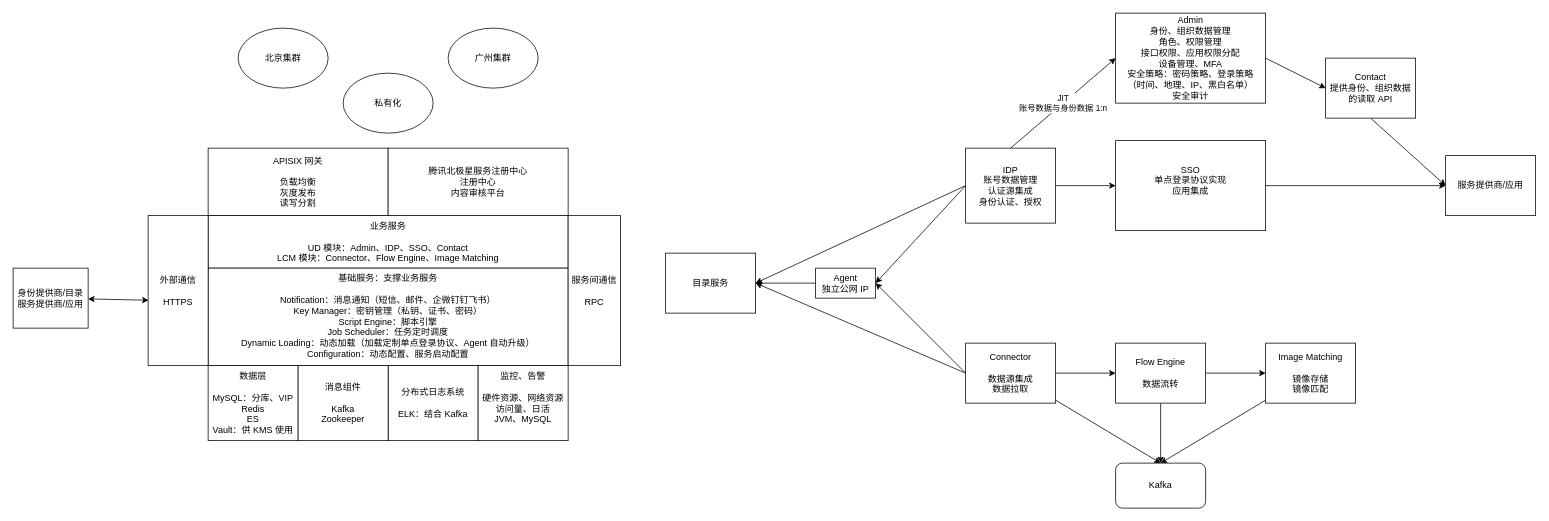
Before: homework/src/main/resources/IDaaS 业务架构.drawio in YufuMxl/geek_java_practise, a draw.io diagram. Source tidied: cells renumbered, new cells numbered last; positions are measured from the earlier drawing's top-left corner, leaving out a move shared by most shapes. Both pictures are drawn from the tidied source at 75%, with x=0, y=0 at pixel (13, 13).
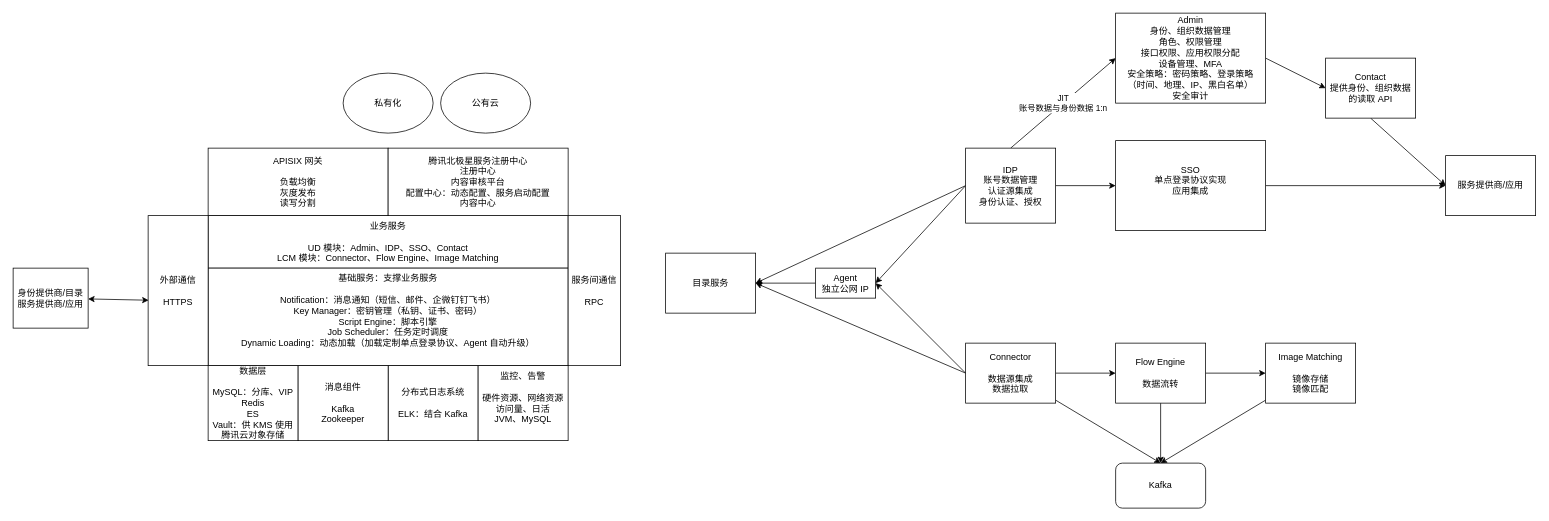
The same page after the edit.

Commit message (it also covers changes not shown here):
更新IDaaS 业务架构.drawio

The edit, as a diff of the source:
```diff
@@
-    <mxCell id="30" value="&lt;div&gt;基础服务：支撑业务服务&lt;/div&gt;&lt;div&gt;&lt;br&gt;&lt;/div&gt;&lt;div&gt;Notification：消息通知（短信、邮件、企微钉钉飞书）&lt;/div&gt;&lt;div&gt;Key Manager：密钥管理（私钥、证书、密码）&lt;br&gt;&lt;/div&gt;&lt;div&gt;Script Engine：脚本引擎&lt;/div&gt;&lt;div&gt;Job Scheduler：任务定时调度&lt;br&gt;&lt;/div&gt;&lt;div&gt;Dynamic Loading：动态加载（加载定制单点登录协议、Agent 自动升级）&lt;/div&gt;&lt;div&gt;Configuration：动态配置、服务启动配置&lt;br&gt;&lt;/div&gt;" style="rounded=0;whiteSpace=wrap;html=1;verticalAlign=top;" parent="1" vertex="1">
+    <mxCell id="30" value="&lt;div&gt;基础服务：支撑业务服务&lt;/div&gt;&lt;div&gt;&lt;br&gt;&lt;/div&gt;&lt;div&gt;Notification：消息通知（短信、邮件、企微钉钉飞书）&lt;/div&gt;&lt;div&gt;Key Manager：密钥管理（私钥、证书、密码）&lt;br&gt;&lt;/div&gt;&lt;div&gt;Script Engine：脚本引擎&lt;/div&gt;&lt;div&gt;Job Scheduler：任务定时调度&lt;br&gt;&lt;/div&gt;&lt;div&gt;Dynamic Loading：动态加载（加载定制单点登录协议、Agent 自动升级）&lt;/div&gt;&lt;div&gt;&lt;br&gt;&lt;/div&gt;" style="rounded=0;whiteSpace=wrap;html=1;verticalAlign=top;" parent="1" vertex="1">
       <mxGeometry x="260" y="340" width="480" height="130" as="geometry" />
     </mxCell>
-    <mxCell id="31" value="&lt;div&gt;数据层&lt;/div&gt;&lt;div&gt;&lt;br&gt;&lt;/div&gt;&lt;div&gt;MySQL：分库、VIP&lt;/div&gt;&lt;div&gt;Redis&lt;/div&gt;&lt;div&gt;ES&lt;/div&gt;&lt;div&gt;Vault：供 KMS 使用&lt;br&gt;&lt;/div&gt;" style="rounded=0;whiteSpace=wrap;html=1;" parent="1" vertex="1">
+    <mxCell id="31" value="&lt;div&gt;数据层&lt;/div&gt;&lt;div&gt;&lt;br&gt;&lt;/div&gt;&lt;div&gt;MySQL：分库、VIP&lt;/div&gt;&lt;div&gt;Redis&lt;/div&gt;&lt;div&gt;ES&lt;/div&gt;&lt;div&gt;Vault：供 KMS 使用&lt;/div&gt;&lt;div&gt;腾讯云对象存储&lt;br&gt;&lt;/div&gt;" style="rounded=0;whiteSpace=wrap;html=1;" parent="1" vertex="1">
       <mxGeometry x="260" y="470" width="120" height="100" as="geometry" />
     </mxCell>
@@
-    <mxCell id="39" value="&lt;div&gt;腾讯北极星服务注册中心&lt;/div&gt;&lt;div&gt;注册中心&lt;/div&gt;&lt;div&gt;内容审核平台&lt;/div&gt;" style="rounded=0;whiteSpace=wrap;html=1;" parent="1" vertex="1">
+    <mxCell id="39" value="&lt;div&gt;腾讯北极星服务注册中心&lt;/div&gt;&lt;div&gt;注册中心&lt;/div&gt;&lt;div&gt;内容审核平台&lt;/div&gt;&lt;div&gt;配置中心：动态配置、服务启动配置&lt;/div&gt;&lt;div&gt;内容中心&lt;br&gt;&lt;/div&gt;" style="rounded=0;whiteSpace=wrap;html=1;" parent="1" vertex="1">
       <mxGeometry x="500" y="180" width="240" height="90" as="geometry" />
     </mxCell>
-    <mxCell id="40" value="北京集群" style="ellipse;whiteSpace=wrap;html=1;" parent="1" vertex="1">
-      <mxGeometry x="300" y="20" width="120" height="80" as="geometry" />
-    </mxCell>
-    <mxCell id="41" value="广州集群" style="ellipse;whiteSpace=wrap;html=1;" parent="1" vertex="1">
-      <mxGeometry x="580" y="20" width="120" height="80" as="geometry" />
-    </mxCell>
@@
+    <mxCell id="43" value="&lt;div&gt;公有云&lt;/div&gt;" style="ellipse;whiteSpace=wrap;html=1;" parent="1" vertex="1">
+      <mxGeometry x="570" y="80" width="120" height="80" as="geometry" />
+    </mxCell>
```
